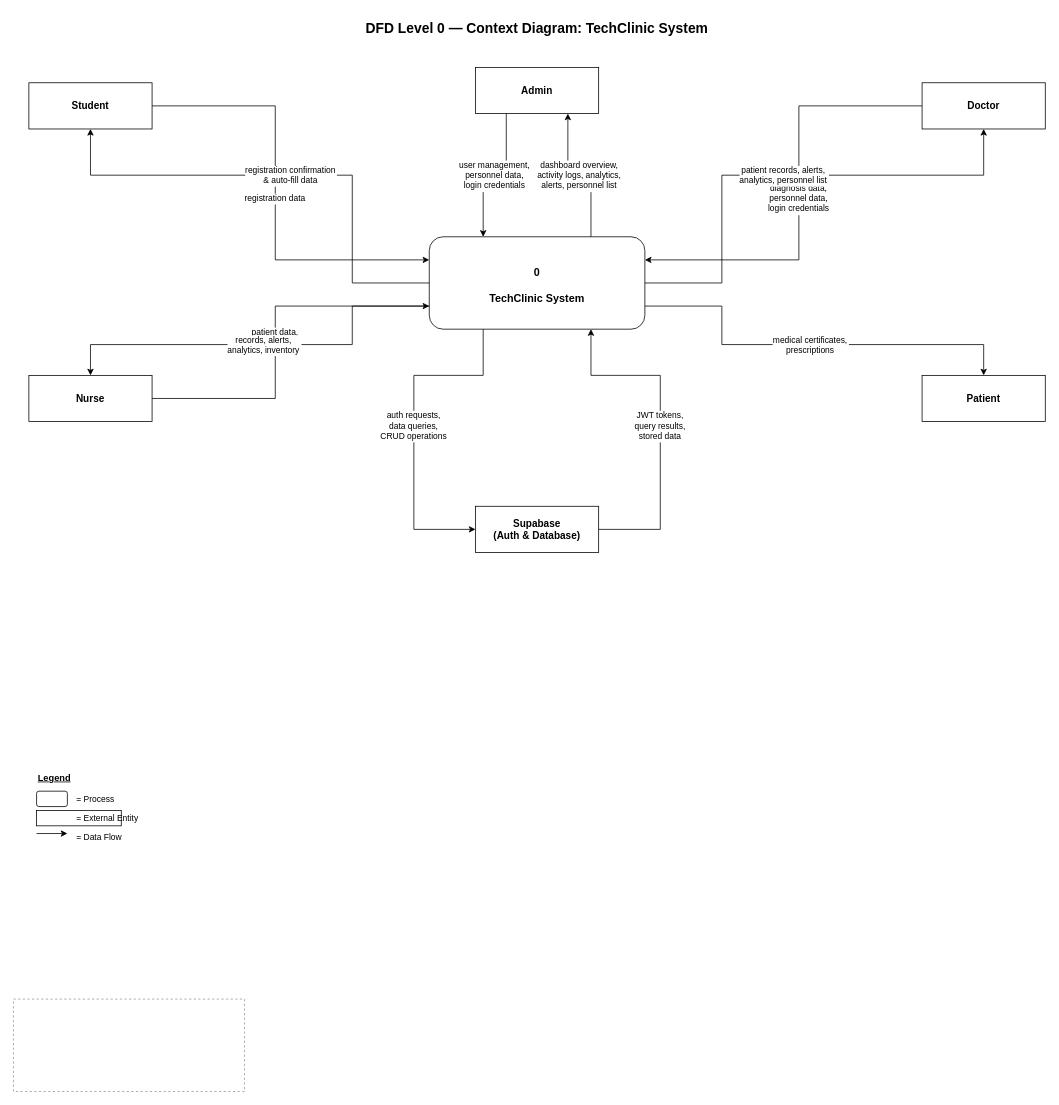
Earlier version of the draw.io diagram docs/system-architecture/Context-Diagram.drawio (KarlBautista/techlinic-system). Source tidied: cells renumbered, new cells numbered last; positions are measured from the earlier drawing's top-left corner, leaving out a move shared by most shapes. Both pictures are drawn from the tidied source at 77%, with x=0, y=0 at pixel (13, 13).
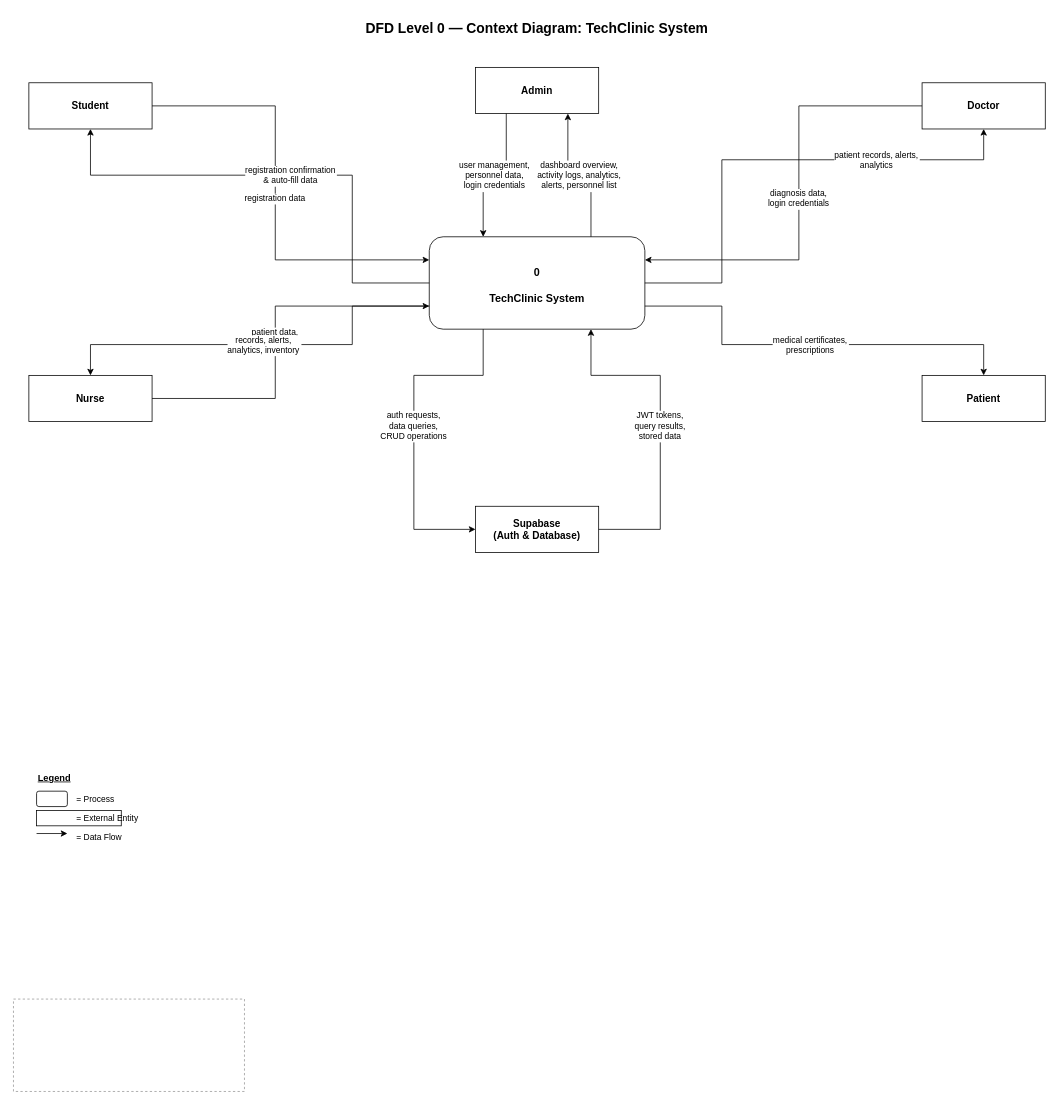
The same page after the edit.

Unchanged cells that the change refers to:
```xml
<mxCell id="3" value="0&#10;&#10;TechClinic System" style="rounded=1;whiteSpace=wrap;html=1;fillColor=#FFFFFF;strokeColor=#000000;fontSize=14;fontStyle=1;verticalAlign=middle;align=center;spacingTop=5;" parent="1" vertex="1">
  <mxGeometry x="540" y="290" width="280" height="120" as="geometry" />
</mxCell>
<mxCell id="6" value="Doctor" style="shape=rectangle;whiteSpace=wrap;html=1;fillColor=#FFFFFF;strokeColor=#000000;fontSize=13;fontStyle=1;verticalAlign=middle;align=center;" parent="1" vertex="1">
  <mxGeometry x="1180" y="90" width="160" height="60" as="geometry" />
</mxCell>
```

Change to the diagram source:
```diff
@@
-    <mxCell id="16" value="diagnosis data,&#10;personnel data,&#10;login credentials" style="edgeStyle=orthogonalEdgeStyle;rounded=0;jettySize=auto;exitX=0;exitY=0.5;exitDx=0;exitDy=0;entryX=1;entryY=0.25;entryDx=0;entryDy=0;fontSize=11;fontStyle=0;labelBackgroundColor=#FFFFFF;" parent="1" edge="1" source="6" target="3">
+    <mxCell id="16" value="diagnosis data,&#10;login credentials" style="edgeStyle=orthogonalEdgeStyle;rounded=0;jettySize=auto;exitX=0;exitY=0.5;exitDx=0;exitDy=0;entryX=1;entryY=0.25;entryDx=0;entryDy=0;fontSize=11;fontStyle=0;labelBackgroundColor=#FFFFFF;" parent="1" edge="1" source="6" target="3">
       <mxGeometry relative="1" as="geometry">
         <Array as="points">
           <mxPoint x="1020" y="120" />
           <mxPoint x="1020" y="320" />
         </Array>
       </mxGeometry>
     </mxCell>
-    <mxCell id="17" value="patient records, alerts,&#10;analytics, personnel list" style="edgeStyle=orthogonalEdgeStyle;rounded=0;jettySize=auto;exitX=1;exitY=0.5;exitDx=0;exitDy=0;entryX=0.5;entryY=1;entryDx=0;entryDy=0;fontSize=11;fontStyle=0;labelBackgroundColor=#FFFFFF;" parent="1" edge="1" source="3" target="6">
-      <mxGeometry relative="1" as="geometry">
+    <mxCell id="17" value="patient records, alerts,&#10;analytics" style="edgeStyle=orthogonalEdgeStyle;rounded=0;jettySize=auto;exitX=1;exitY=0.5;exitDx=0;exitDy=0;entryX=0.5;entryY=1;entryDx=0;entryDy=0;fontSize=11;fontStyle=0;labelBackgroundColor=#FFFFFF;" parent="1" edge="1" source="3" target="6">
+      <mxGeometry x="0.44" relative="1" as="geometry">
         <Array as="points">
           <mxPoint x="920" y="350" />
-          <mxPoint x="920" y="210" />
-          <mxPoint x="1260" y="210" />
+          <mxPoint x="920" y="190" />
+          <mxPoint x="1260" y="190" />
         </Array>
       </mxGeometry>
     </mxCell>
```
